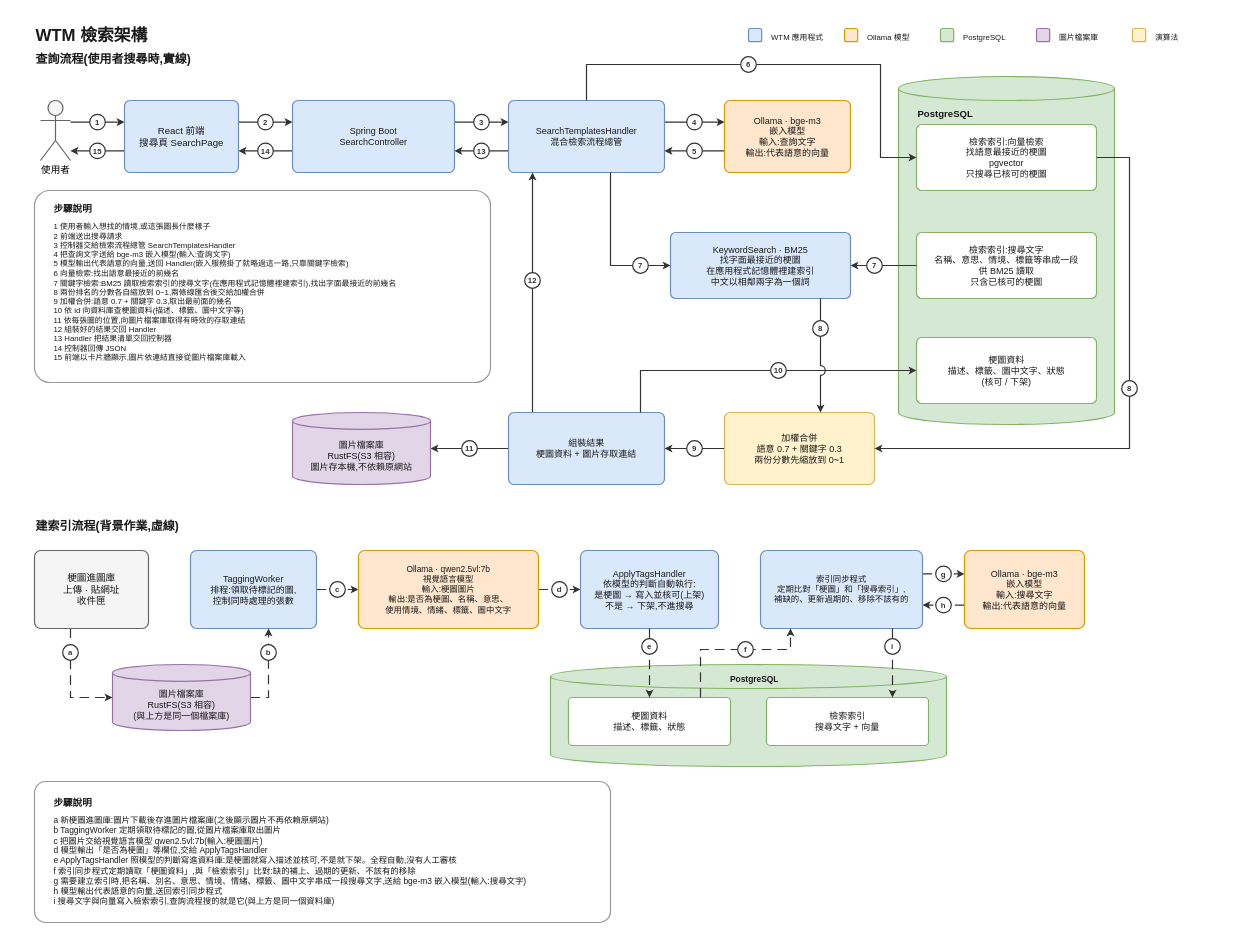
The draw.io diagram docs/images/search-architecture.drawio in chun-wei0413/WTM, before the edit. Source tidied: cells renumbered, new cells numbered last; positions are measured from the earlier drawing's top-left corner, leaving out a move shared by most shapes. Both pictures are drawn from the tidied source at 60%, with x=0, y=0 at pixel (10, 10).
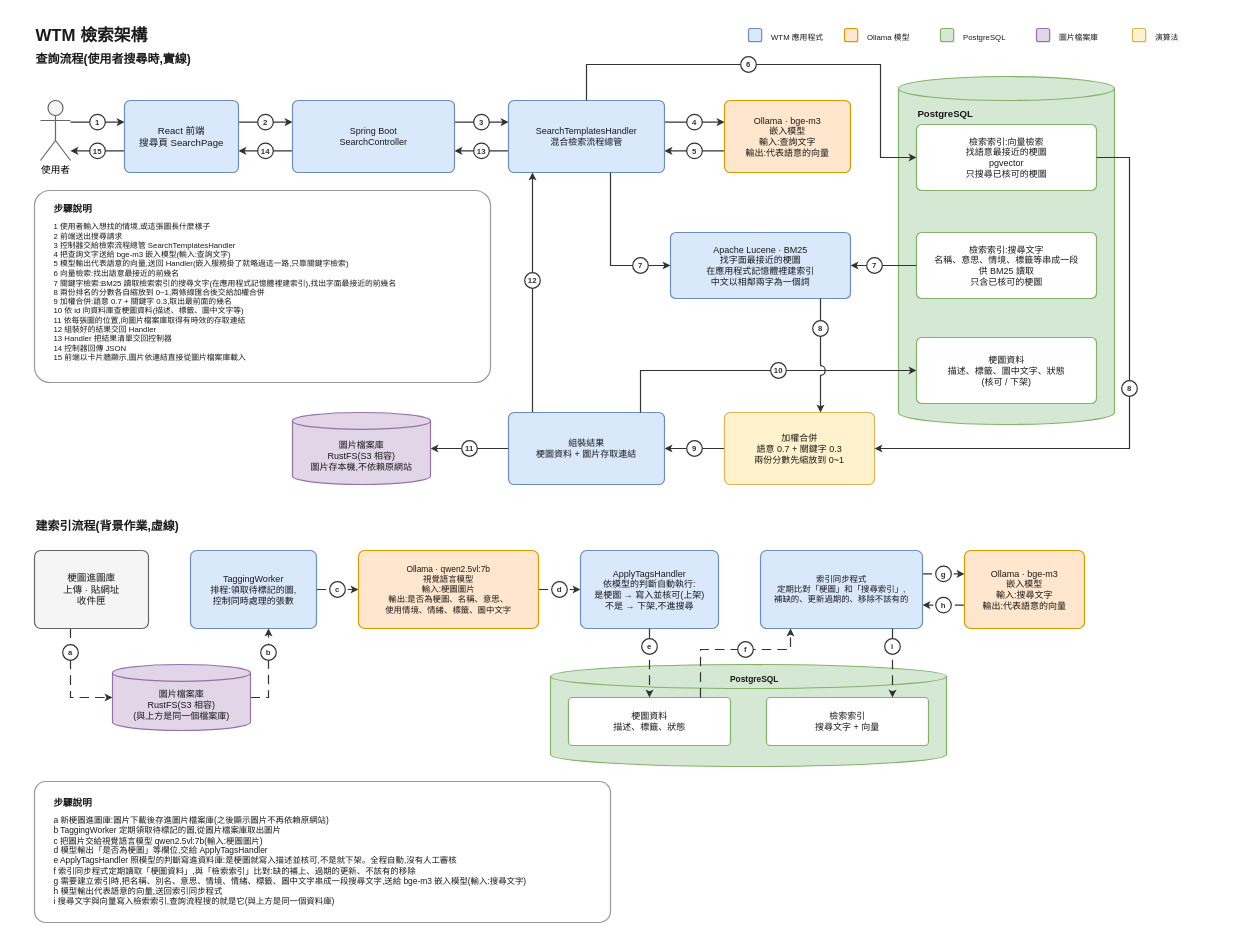
The same page after the edit.

Commit message (it also covers changes not shown here):
[Documentation] Describe the Lucene keyword search in the decision, READMEs and architecture diagrams

The edit, as a diff of the source:
```diff
@@
-    <mxCell id="31" value="KeywordSearch · BM25&lt;br&gt;找字面最接近的梗圖&lt;br&gt;在應用程式記憶體裡建索引&lt;br&gt;中文以相鄰兩字為一個詞" style="rounded=1;whiteSpace=wrap;html=1;arcSize=8;fillColor=#dae8fc;strokeColor=#6c8ebf;strokeWidth=2;fontSize=15;fontFamily=Microsoft JhengHei;fontColor=#1a1a1a;" parent="1" vertex="1">
+    <mxCell id="31" value="Apache Lucene · BM25&lt;br&gt;找字面最接近的梗圖&lt;br&gt;在應用程式記憶體裡建索引&lt;br&gt;中文以相鄰兩字為一個詞" style="rounded=1;whiteSpace=wrap;html=1;arcSize=8;fillColor=#dae8fc;strokeColor=#6c8ebf;strokeWidth=2;fontSize=15;fontFamily=Microsoft JhengHei;fontColor=#1a1a1a;" parent="1" vertex="1">
       <mxGeometry x="1100" y="370" width="300" height="110" as="geometry" />
     </mxCell>
```
